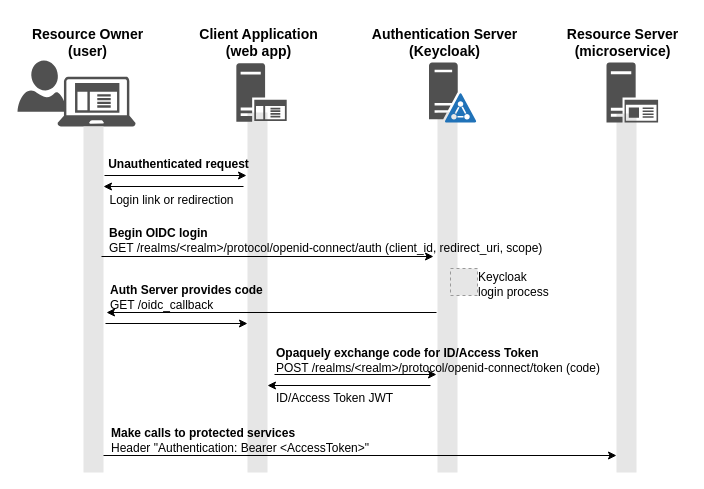
Earlier version of the draw.io diagram keycloak/keycloak-oauth2-entities.drawio (fabianlee/blogcode). Source tidied: cells renumbered, new cells numbered last; positions are measured from the earlier drawing's top-left corner, leaving out a move shared by most shapes. Both pictures are drawn from the tidied source at 100%, with x=0, y=0 at pixel (17, 17). Pictures stored in the file or linked from it are replaced by grey dashed boxes.
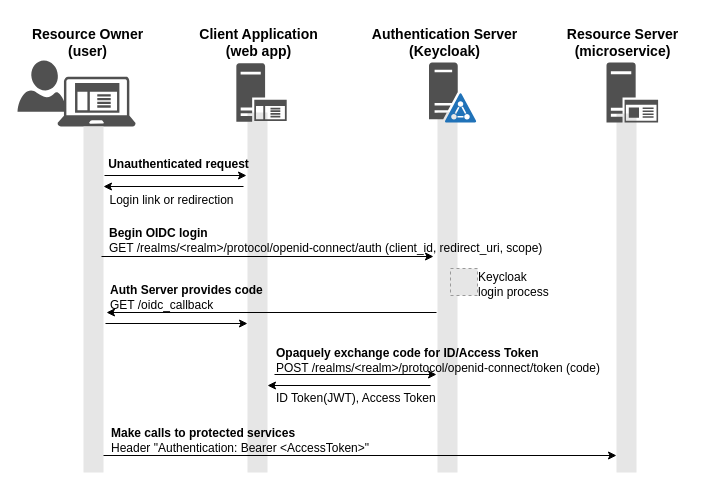
Above is the later version.

Diff of the diagram source:
```diff
@@
-    <mxCell id="27" value="ID/Access Token JWT" style="text;html=1;align=left;verticalAlign=middle;fillColor=none;strokeColor=none;rounded=0;" parent="1" vertex="1">
-      <mxGeometry x="256.5" y="366" width="140" height="30" as="geometry" />
+    <mxCell id="27" value="ID Token(JWT), Access Token" style="text;html=1;align=left;verticalAlign=middle;fillColor=none;strokeColor=none;rounded=0;" parent="1" vertex="1">
+      <mxGeometry x="256.5" y="366" width="180" height="30" as="geometry" />
     </mxCell>
```
